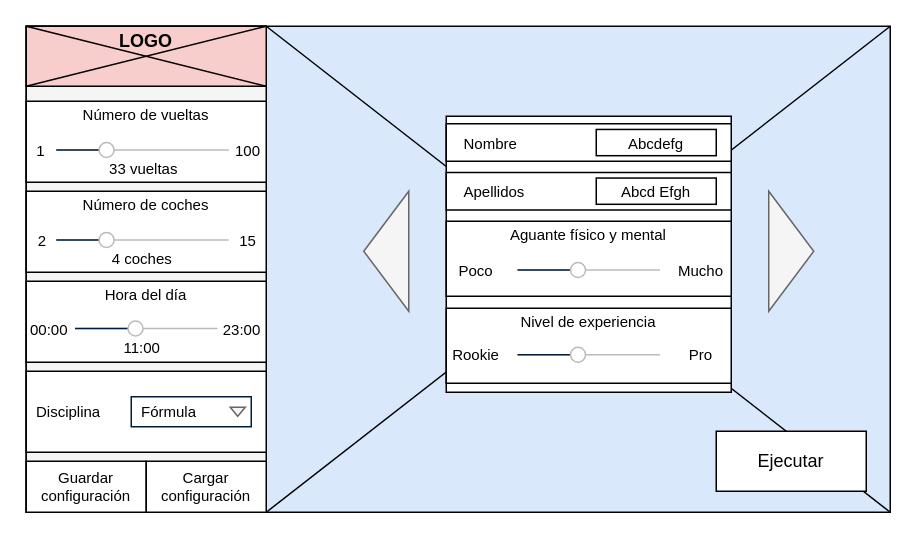
Above: page "UI-Before-Race" (4 of 6) of diagramas/grafo-sistema.drawio in amt911/TFG-Documento (draw.io), before the change. Source tidied: cells renumbered, new cells numbered last; positions are measured from the earlier drawing's top-left corner, leaving out a move shared by most shapes. Both pictures are drawn from the tidied source at 150%, with x=0, y=0 at pixel (26, 26).
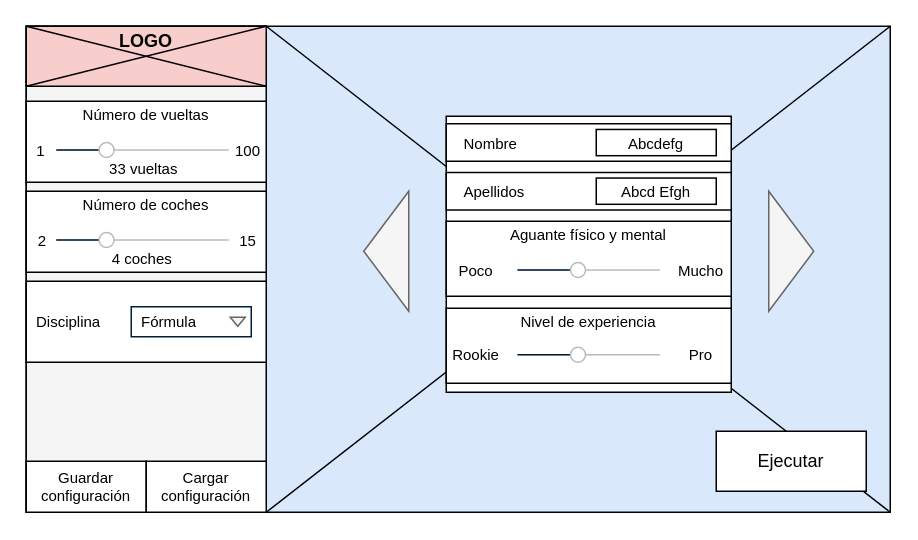
Above is the later version.

Change to the diagram source:
```diff
@@
-    <mxCell id="8" value="Hora del día" style="rounded=0;whiteSpace=wrap;html=1;fontSize=10;verticalAlign=top;spacing=-1;" parent="1" vertex="1">
-      <mxGeometry y="170" width="160" height="54" as="geometry" />
-    </mxCell>
     <mxCell id="9" value="Disciplina" style="rounded=0;whiteSpace=wrap;html=1;fontSize=10;align=left;spacingLeft=5;" parent="1" vertex="1">
-      <mxGeometry y="230" width="160" height="54" as="geometry" />
+      <mxGeometry y="170" width="160" height="54" as="geometry" />
     </mxCell>
@@
-    <mxCell id="27" style="html=1;verticalLabelPosition=bottom;labelBackgroundColor=#ffffff;verticalAlign=top;shadow=0;dashed=0;strokeWidth=1;shape=mxgraph.ios7ui.slider;barPos=42.48;strokeColor=#001E38;strokeColor2=#a0a0a0;fillColor=default;" parent="1" vertex="1">
-      <mxGeometry x="32.5" y="194" width="95" height="15" as="geometry" />
-    </mxCell>
-    <mxCell id="28" value="00:00" style="text;html=1;strokeColor=none;fillColor=none;align=center;verticalAlign=middle;whiteSpace=wrap;rounded=0;fontSize=10;" parent="1" vertex="1">
-      <mxGeometry x="1" y="186.5" width="29" height="30" as="geometry" />
-    </mxCell>
-    <mxCell id="29" value="23:00" style="text;html=1;strokeColor=none;fillColor=none;align=center;verticalAlign=middle;whiteSpace=wrap;rounded=0;fontSize=10;" parent="1" vertex="1">
-      <mxGeometry x="130" y="186.5" width="28" height="30" as="geometry" />
-    </mxCell>
-    <mxCell id="30" value="11:00" style="text;html=1;strokeColor=none;fillColor=none;align=center;verticalAlign=middle;whiteSpace=wrap;rounded=0;fontSize=10;" parent="1" vertex="1">
-      <mxGeometry x="45" y="204" width="65" height="20" as="geometry" />
-    </mxCell>
     <mxCell id="31" value="Fórmula" style="rounded=0;whiteSpace=wrap;html=1;strokeColor=#001E38;fontSize=10;fillColor=default;align=left;spacingLeft=5;" parent="1" vertex="1">
-      <mxGeometry x="70" y="247" width="80" height="20" as="geometry" />
+      <mxGeometry x="70" y="187" width="80" height="20" as="geometry" />
     </mxCell>
     <mxCell id="32" style="triangle;whiteSpace=wrap;html=1;strokeColor=#666666;fontSize=10;fillColor=#f5f5f5;rotation=90;fontColor=#333333;" parent="1" vertex="1">
-      <mxGeometry x="138" y="252" width="6" height="10" as="geometry" />
+      <mxGeometry x="138" y="192" width="6" height="10" as="geometry" />
     </mxCell>
```
